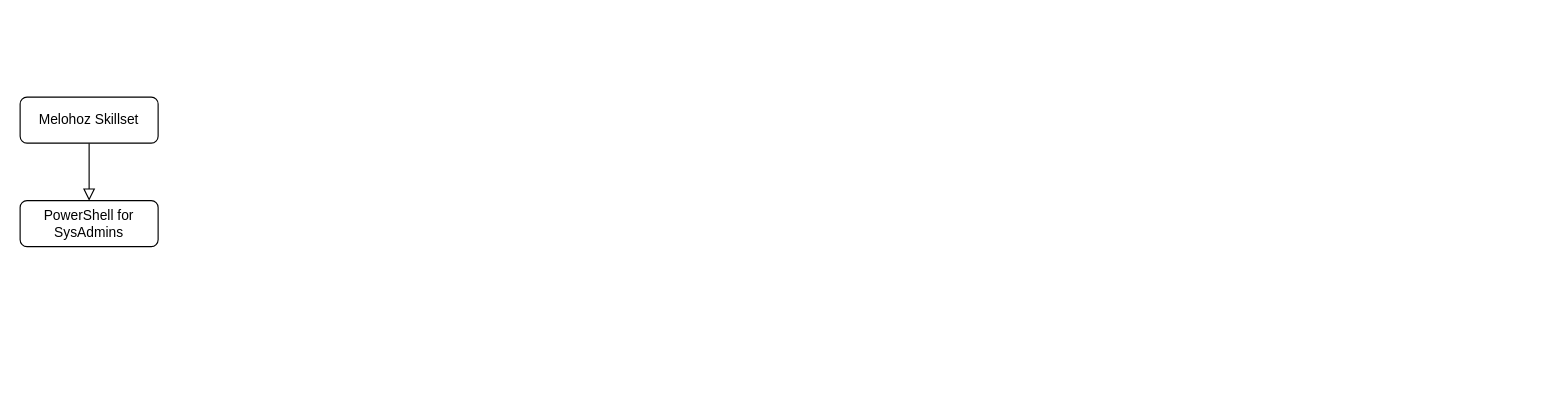
The draw.io diagram Untitled Diagram.drawio in adrianrendek/ws16insideout, before the edit. Source tidied: cells renumbered, new cells numbered last; positions are measured from the earlier drawing's top-left corner, leaving out a move shared by most shapes. Both pictures are drawn from the tidied source at 115%, with x=0, y=0 at pixel (20, 97).
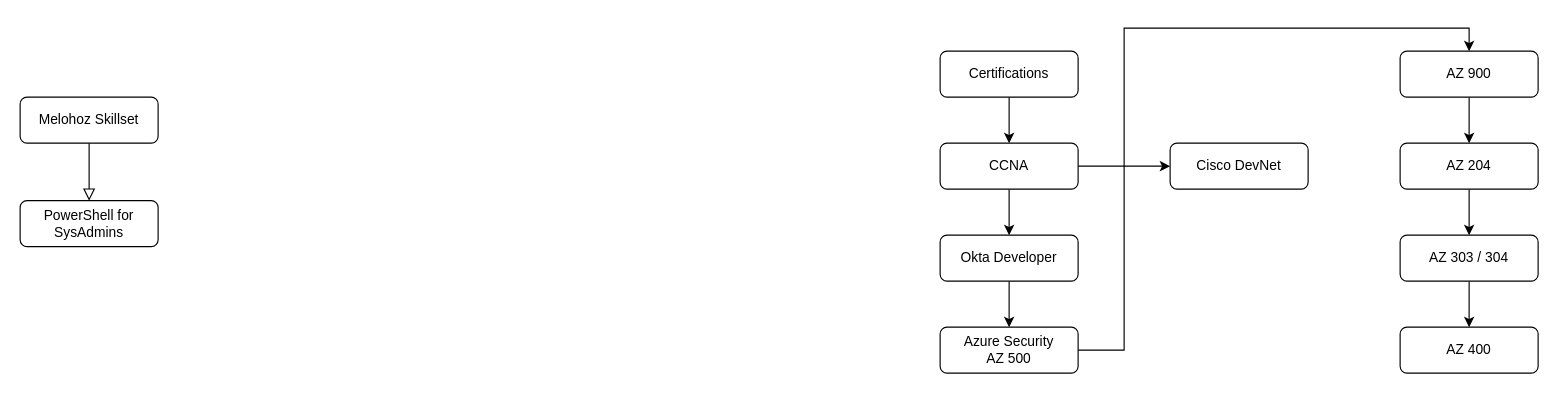
The same page after the edit.

Change to the diagram source:
```diff
@@
+    <mxCell id="5" style="edgeStyle=orthogonalEdgeStyle;rounded=0;jettySize=auto;html=1;" parent="1" edge="1" source="6" target="9">
+      <mxGeometry relative="1" as="geometry" />
+    </mxCell>
+    <mxCell id="6" value="Certifications" style="rounded=1;whiteSpace=wrap;html=1;fontSize=12;glass=0;strokeWidth=1;shadow=0;" parent="1" vertex="1">
+      <mxGeometry x="800" y="-40" width="120" height="40" as="geometry" />
+    </mxCell>
+    <mxCell id="7" style="edgeStyle=orthogonalEdgeStyle;rounded=0;jettySize=auto;html=1;entryX=0;entryY=0.5;entryDx=0;entryDy=0;" parent="1" edge="1" source="9" target="12">
+      <mxGeometry relative="1" as="geometry" />
+    </mxCell>
+    <mxCell id="8" style="edgeStyle=orthogonalEdgeStyle;rounded=0;jettySize=auto;html=1;" parent="1" edge="1" source="9" target="11">
+      <mxGeometry relative="1" as="geometry" />
+    </mxCell>
+    <mxCell id="9" value="CCNA" style="rounded=1;whiteSpace=wrap;html=1;fontSize=12;glass=0;strokeWidth=1;shadow=0;" parent="1" vertex="1">
+      <mxGeometry x="800" y="40" width="120" height="40" as="geometry" />
+    </mxCell>
+    <mxCell id="10" style="edgeStyle=orthogonalEdgeStyle;rounded=0;jettySize=auto;html=1;" parent="1" edge="1" source="11" target="14">
+      <mxGeometry relative="1" as="geometry" />
+    </mxCell>
+    <mxCell id="11" value="Okta Developer" style="rounded=1;whiteSpace=wrap;html=1;fontSize=12;glass=0;strokeWidth=1;shadow=0;" parent="1" vertex="1">
+      <mxGeometry x="800" y="120" width="120" height="40" as="geometry" />
+    </mxCell>
+    <mxCell id="12" value="Cisco DevNet" style="rounded=1;whiteSpace=wrap;html=1;fontSize=12;glass=0;strokeWidth=1;shadow=0;" parent="1" vertex="1">
+      <mxGeometry x="1000" y="40" width="120" height="40" as="geometry" />
+    </mxCell>
+    <mxCell id="13" style="edgeStyle=orthogonalEdgeStyle;rounded=0;jettySize=auto;html=1;entryX=0.5;entryY=0;entryDx=0;entryDy=0;" parent="1" edge="1" source="14" target="21">
+      <mxGeometry relative="1" as="geometry">
+        <Array as="points">
+          <mxPoint x="960" y="220" />
+          <mxPoint x="960" y="-60" />
+          <mxPoint x="1260" y="-60" />
+        </Array>
+      </mxGeometry>
+    </mxCell>
+    <mxCell id="14" value="Azure Security &lt;br&gt;AZ 500" style="rounded=1;whiteSpace=wrap;html=1;fontSize=12;glass=0;strokeWidth=1;shadow=0;" parent="1" vertex="1">
+      <mxGeometry x="800" y="200" width="120" height="40" as="geometry" />
+    </mxCell>
+    <mxCell id="15" style="edgeStyle=orthogonalEdgeStyle;rounded=0;jettySize=auto;html=1;exitX=0.5;exitY=1;exitDx=0;exitDy=0;entryX=0.5;entryY=0;entryDx=0;entryDy=0;" parent="1" edge="1" source="16" target="17">
+      <mxGeometry relative="1" as="geometry" />
+    </mxCell>
+    <mxCell id="16" value="AZ 303 / 304" style="rounded=1;whiteSpace=wrap;html=1;fontSize=12;glass=0;strokeWidth=1;shadow=0;" parent="1" vertex="1">
+      <mxGeometry x="1200" y="120" width="120" height="40" as="geometry" />
+    </mxCell>
+    <mxCell id="17" value="AZ 400" style="rounded=1;whiteSpace=wrap;html=1;fontSize=12;glass=0;strokeWidth=1;shadow=0;" parent="1" vertex="1">
+      <mxGeometry x="1200" y="200" width="120" height="40" as="geometry" />
+    </mxCell>
+    <mxCell id="18" style="edgeStyle=orthogonalEdgeStyle;rounded=0;jettySize=auto;html=1;exitX=0.5;exitY=1;exitDx=0;exitDy=0;entryX=0.5;entryY=0;entryDx=0;entryDy=0;" parent="1" edge="1" source="19" target="16">
+      <mxGeometry relative="1" as="geometry" />
+    </mxCell>
+    <mxCell id="19" value="AZ 204" style="rounded=1;whiteSpace=wrap;html=1;fontSize=12;glass=0;strokeWidth=1;shadow=0;" parent="1" vertex="1">
+      <mxGeometry x="1200" y="40" width="120" height="40" as="geometry" />
+    </mxCell>
+    <mxCell id="20" style="edgeStyle=orthogonalEdgeStyle;rounded=0;jettySize=auto;html=1;exitX=0.5;exitY=1;exitDx=0;exitDy=0;entryX=0.5;entryY=0;entryDx=0;entryDy=0;" parent="1" edge="1" source="21" target="19">
+      <mxGeometry relative="1" as="geometry" />
+    </mxCell>
+    <mxCell id="21" value="AZ 900" style="rounded=1;whiteSpace=wrap;html=1;fontSize=12;glass=0;strokeWidth=1;shadow=0;" parent="1" vertex="1">
+      <mxGeometry x="1200" y="-40" width="120" height="40" as="geometry" />
+    </mxCell>
```
